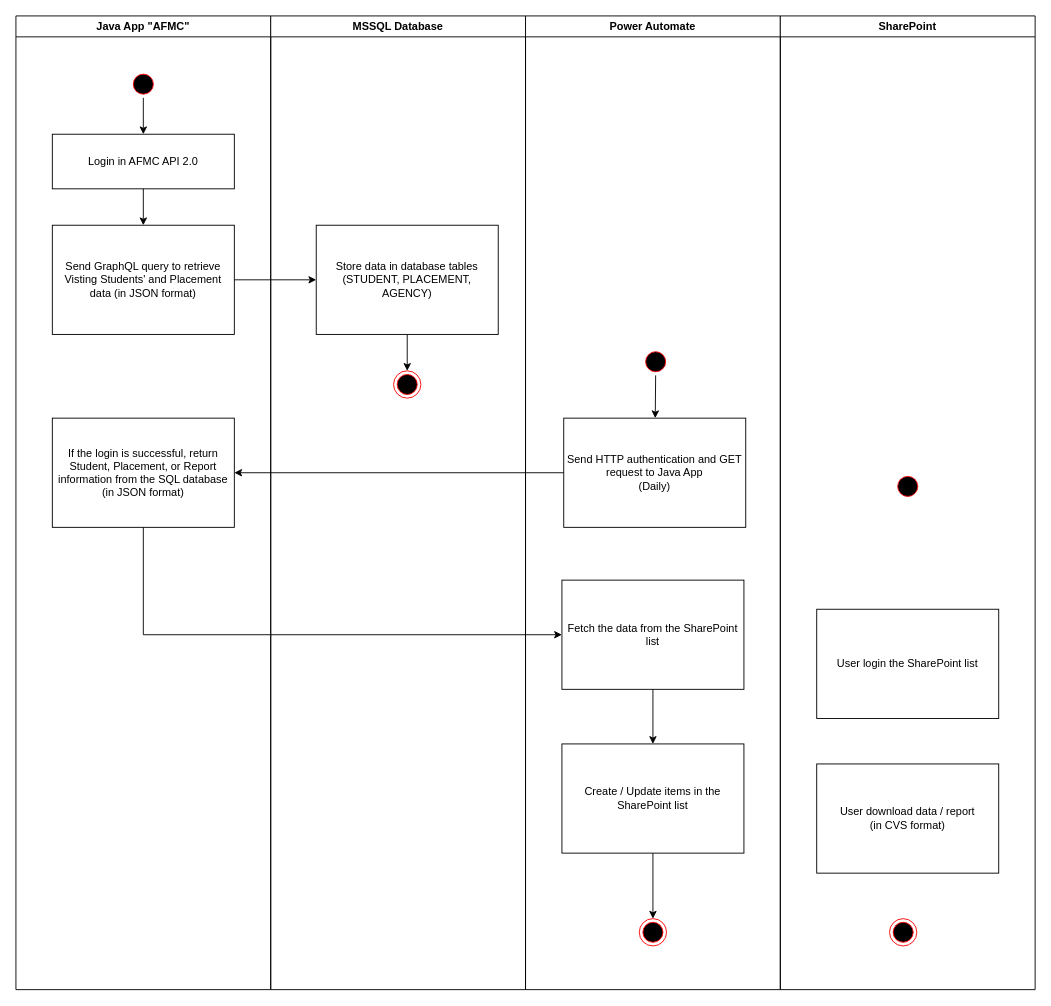
This is AFMC Workflow.drawio from Maurice-Tam/draw.io, a draw.io file, before an edit. Source tidied: cells renumbered, new cells numbered last; positions are measured from the earlier drawing's top-left corner, leaving out a move shared by most shapes. Both pictures are drawn from the tidied source at 91%, with x=0, y=0 at pixel (15, 15).
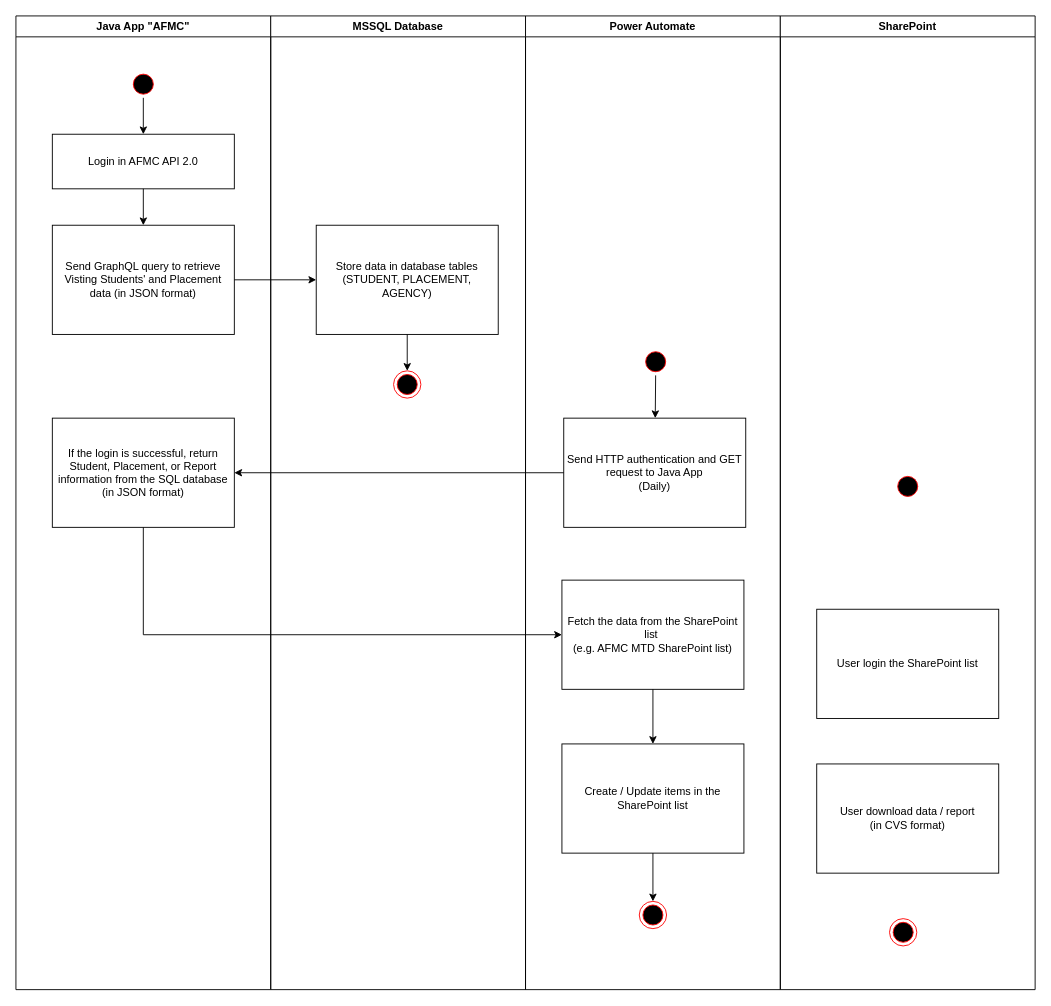
After the change.

Unchanged cells that the change refers to:
```xml
<mxCell id="13" value="Power Automate" style="swimlane;whiteSpace=wrap;html=1;" parent="1" vertex="1">
  <mxGeometry x="560" width="280" height="1070" as="geometry" />
</mxCell>
```

Change to the diagram source:
```diff
@@
-    <mxCell id="16" value="Fetch the data from the SharePoint list" style="rounded=0;whiteSpace=wrap;html=1;" parent="13" vertex="1">
+    <mxCell id="16" value="&lt;div&gt;Fetch the data from the SharePoint list&amp;nbsp;&lt;/div&gt;&lt;div&gt;(e.g. AFMC MTD SharePoint list)&lt;/div&gt;" style="rounded=0;whiteSpace=wrap;html=1;" parent="13" vertex="1">
       <mxGeometry x="40" y="620" width="200" height="120" as="geometry" />
     </mxCell>
     <mxCell id="17" style="ellipse;html=1;shape=endState;fillColor=#000000;strokeColor=#ff0000;" parent="13" vertex="1">
-      <mxGeometry x="125" y="992" width="30" height="30" as="geometry" />
+      <mxGeometry x="125" y="973" width="30" height="30" as="geometry" />
     </mxCell>
```
